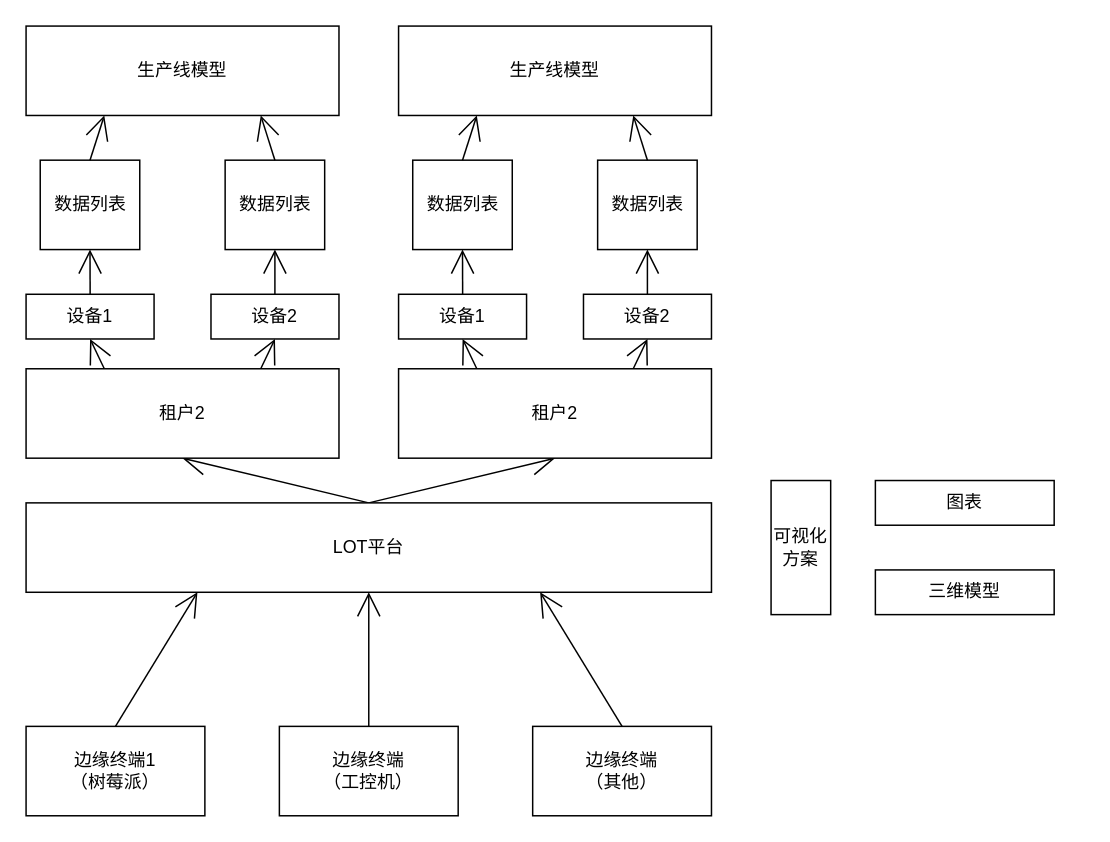
Above: DiagramNet/LOT.drawio in hanrker/diagramNet (draw.io), before the change. Source tidied: cells renumbered, new cells numbered last; positions are measured from the earlier drawing's top-left corner, leaving out a move shared by most shapes. Both pictures are drawn from the tidied source at 149%, with x=0, y=0 at pixel (25, 25).
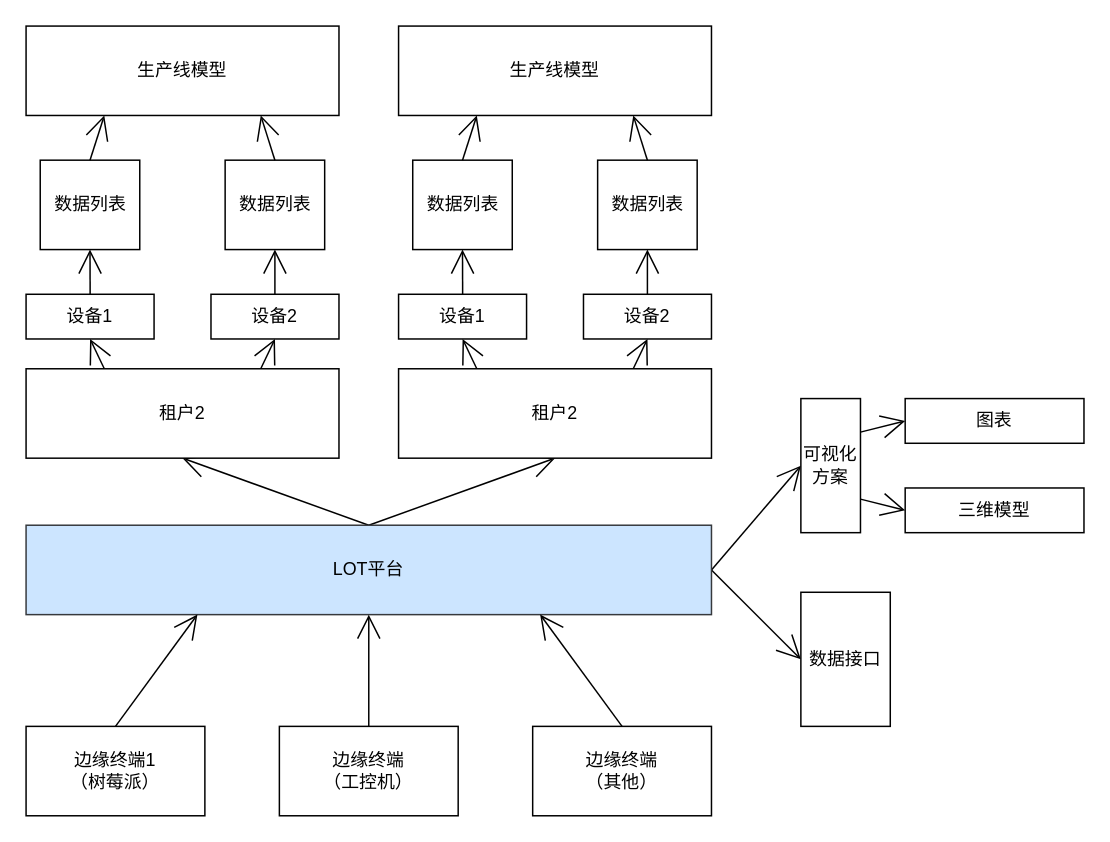
The same page after the edit.

The edit, as a diff of the source:
```diff
@@
+    <mxCell id="40" style="edgeStyle=none;curved=1;rounded=0;jettySize=auto;html=1;exitX=1;exitY=0.5;exitDx=0;exitDy=0;entryX=0;entryY=0.5;entryDx=0;entryDy=0;endArrow=open;startSize=14;endSize=14;sourcePerimeterSpacing=8;targetPerimeterSpacing=8;" parent="1" edge="1" source="4" target="31">
+      <mxGeometry relative="1" as="geometry" />
+    </mxCell>
+    <mxCell id="41" style="edgeStyle=none;curved=1;rounded=0;jettySize=auto;html=1;exitX=1;exitY=0.5;exitDx=0;exitDy=0;entryX=0;entryY=0.5;entryDx=0;entryDy=0;endArrow=open;startSize=14;endSize=14;sourcePerimeterSpacing=8;targetPerimeterSpacing=8;" parent="1" edge="1" source="4" target="44">
+      <mxGeometry relative="1" as="geometry" />
+    </mxCell>
-    <mxCell id="4" value="LOT平台" style="rounded=0;whiteSpace=wrap;html=1;hachureGap=4;" parent="1" vertex="1">
-      <mxGeometry y="320" width="460" height="60" as="geometry" />
+    <mxCell id="4" value="LOT平台" style="rounded=0;whiteSpace=wrap;html=1;hachureGap=4;fillColor=#cce5ff;strokeColor=#36393d;" parent="1" vertex="1">
+      <mxGeometry y="335" width="460" height="60" as="geometry" />
     </mxCell>
@@
+    <mxCell id="42" style="edgeStyle=none;curved=1;rounded=0;jettySize=auto;html=1;exitX=1;exitY=0.25;exitDx=0;exitDy=0;entryX=0;entryY=0.5;entryDx=0;entryDy=0;endArrow=open;startSize=14;endSize=14;sourcePerimeterSpacing=8;targetPerimeterSpacing=8;" parent="1" edge="1" source="31" target="32">
+      <mxGeometry relative="1" as="geometry" />
+    </mxCell>
+    <mxCell id="43" style="edgeStyle=none;curved=1;rounded=0;jettySize=auto;html=1;exitX=1;exitY=0.75;exitDx=0;exitDy=0;entryX=0;entryY=0.5;entryDx=0;entryDy=0;endArrow=open;startSize=14;endSize=14;sourcePerimeterSpacing=8;targetPerimeterSpacing=8;" parent="1" edge="1" source="31" target="33">
+      <mxGeometry relative="1" as="geometry" />
+    </mxCell>
     <mxCell id="31" value="可视化方案" style="rounded=0;whiteSpace=wrap;html=1;hachureGap=4;" parent="1" vertex="1">
-      <mxGeometry x="500" y="305" width="40" height="90" as="geometry" />
+      <mxGeometry x="520" y="250" width="40" height="90" as="geometry" />
     </mxCell>
     <mxCell id="32" value="图表" style="rounded=0;whiteSpace=wrap;html=1;hachureGap=4;" parent="1" vertex="1">
-      <mxGeometry x="570" y="305" width="120" height="30" as="geometry" />
+      <mxGeometry x="590" y="250" width="120" height="30" as="geometry" />
     </mxCell>
     <mxCell id="33" value="三维模型" style="rounded=0;whiteSpace=wrap;html=1;hachureGap=4;" parent="1" vertex="1">
-      <mxGeometry x="570" y="365" width="120" height="30" as="geometry" />
+      <mxGeometry x="590" y="310" width="120" height="30" as="geometry" />
     </mxCell>
@@
+    <mxCell id="44" value="数据接口" style="rounded=0;whiteSpace=wrap;html=1;hachureGap=4;" parent="1" vertex="1">
+      <mxGeometry x="520" y="380" width="60" height="90" as="geometry" />
+    </mxCell>
```
